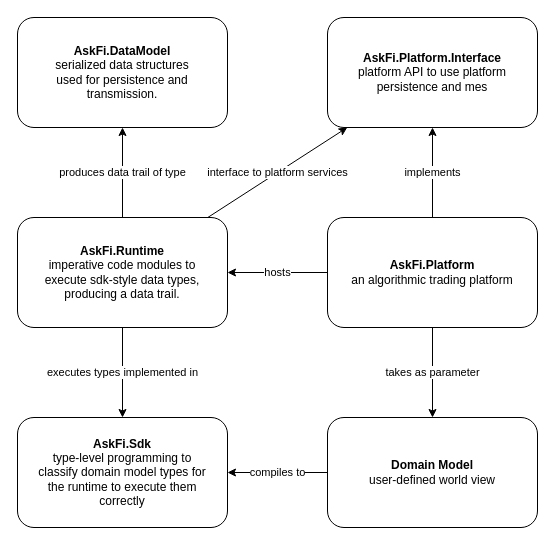
BrunoZell/ask.network keeps this draw.io diagram as repository.drawio. Above is the earlier version. Source tidied: cells renumbered, new cells numbered last; positions are measured from the earlier drawing's top-left corner, leaving out a move shared by most shapes. Both pictures are drawn from the tidied source at 100%, with x=0, y=0 at pixel (17, 17).
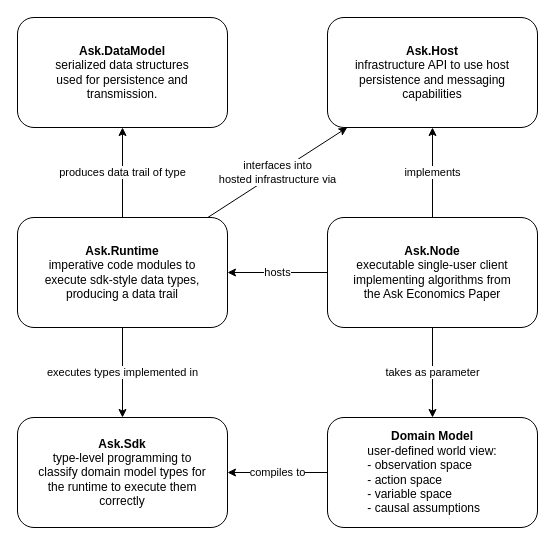
The same page after the edit.

Commit message:
update repository illustration

The edit, as a diff of the source:
```diff
@@
 <mxGraphModel>
   <root>
     <mxCell id="0" />
     <mxCell id="1" parent="0" />
     <mxCell id="2" value="executes types implemented in" style="edgeStyle=orthogonalEdgeStyle;rounded=0;jettySize=auto;html=1;entryX=0.5;entryY=0;entryDx=0;entryDy=0;" parent="1" edge="1" source="5" target="10">
       <mxGeometry relative="1" as="geometry" />
     </mxCell>
     <mxCell id="3" value="produces data trail of type" style="edgeStyle=orthogonalEdgeStyle;rounded=0;jettySize=auto;html=1;entryX=0.5;entryY=1;entryDx=0;entryDy=0;" parent="1" edge="1" source="5" target="13">
       <mxGeometry relative="1" as="geometry" />
     </mxCell>
-    <mxCell id="4" value="interface to platform services" style="rounded=0;jettySize=auto;html=1;" parent="1" edge="1" source="5" target="14">
+    <mxCell id="4" value="interfaces into&lt;br&gt;hosted infrastructure via" style="rounded=0;jettySize=auto;html=1;" parent="1" edge="1" source="5" target="14">
       <mxGeometry relative="1" as="geometry" />
     </mxCell>
-    <mxCell id="5" value="&lt;b&gt;AskFi.Runtime&lt;/b&gt;&lt;br&gt;imperative code modules to execute sdk-style data types, producing a data trail." style="rounded=1;whiteSpace=wrap;html=1;spacing=18;" parent="1" vertex="1">
+    <mxCell id="5" value="&lt;b&gt;Ask.Runtime&lt;/b&gt;&lt;br&gt;imperative code modules to execute sdk-style data types, producing a data trail" style="rounded=1;whiteSpace=wrap;html=1;spacing=18;" parent="1" vertex="1">
       <mxGeometry y="200" width="210" height="110" as="geometry" />
     </mxCell>
     <mxCell id="6" value="hosts" style="edgeStyle=orthogonalEdgeStyle;rounded=0;jettySize=auto;html=1;" parent="1" edge="1" source="9" target="5">
       <mxGeometry relative="1" as="geometry" />
     </mxCell>
     <mxCell id="7" value="takes as parameter" style="edgeStyle=orthogonalEdgeStyle;rounded=0;jettySize=auto;html=1;entryX=0.5;entryY=0;entryDx=0;entryDy=0;" parent="1" edge="1" source="9" target="12">
       <mxGeometry relative="1" as="geometry" />
     </mxCell>
     <mxCell id="8" value="implements" style="edgeStyle=orthogonalEdgeStyle;rounded=0;jettySize=auto;html=1;" parent="1" edge="1" source="9" target="14">
       <mxGeometry relative="1" as="geometry" />
     </mxCell>
-    <mxCell id="9" value="&lt;b&gt;AskFi.Platform&lt;/b&gt;&lt;br&gt;an algorithmic trading platform" style="rounded=1;whiteSpace=wrap;html=1;spacing=18;" parent="1" vertex="1">
+    <mxCell id="9" value="&lt;b&gt;Ask.Node&lt;/b&gt;&lt;br&gt;executable single-user client implementing algorithms from the Ask Economics Paper" style="rounded=1;whiteSpace=wrap;html=1;spacing=18;" parent="1" vertex="1">
       <mxGeometry x="310" y="200" width="210" height="110" as="geometry" />
     </mxCell>
-    <mxCell id="10" value="&lt;b&gt;AskFi.Sdk&lt;/b&gt;&lt;br&gt;type-level programming to classify domain model types for the runtime to execute them correctly" style="rounded=1;whiteSpace=wrap;html=1;spacing=18;" parent="1" vertex="1">
+    <mxCell id="10" value="&lt;b&gt;Ask.Sdk&lt;/b&gt;&lt;br&gt;type-level programming to classify domain model types for the runtime to execute them correctly" style="rounded=1;whiteSpace=wrap;html=1;spacing=18;" parent="1" vertex="1">
       <mxGeometry y="400" width="210" height="110" as="geometry" />
     </mxCell>
     <mxCell id="11" value="compiles to" style="edgeStyle=orthogonalEdgeStyle;rounded=0;jettySize=auto;html=1;entryX=1;entryY=0.5;entryDx=0;entryDy=0;" parent="1" edge="1" source="12" target="10">
       <mxGeometry relative="1" as="geometry" />
     </mxCell>
-    <mxCell id="12" value="&lt;b&gt;Domain Model&lt;/b&gt;&lt;br&gt;user-defined world view" style="rounded=1;whiteSpace=wrap;html=1;spacing=18;" parent="1" vertex="1">
+    <mxCell id="12" value="&lt;b&gt;Domain Model&lt;/b&gt;&lt;br&gt;user-defined world view:&lt;br&gt;&lt;div style=&quot;text-align: left&quot;&gt;&lt;span&gt;- observation space&lt;/span&gt;&lt;/div&gt;&lt;div style=&quot;text-align: left&quot;&gt;&lt;span&gt;- action space&lt;/span&gt;&lt;/div&gt;&lt;div style=&quot;text-align: left&quot;&gt;&lt;span&gt;- variable space&lt;/span&gt;&lt;/div&gt;&lt;div style=&quot;text-align: left&quot;&gt;&lt;span&gt;- causal assumptions&lt;/span&gt;&lt;/div&gt;" style="rounded=1;whiteSpace=wrap;html=1;spacing=18;" parent="1" vertex="1">
       <mxGeometry x="310" y="400" width="210" height="110" as="geometry" />
     </mxCell>
-    <mxCell id="13" value="&lt;b&gt;AskFi.DataModel&lt;/b&gt;&lt;br&gt;serialized data structures&lt;br&gt;used for persistence and transmission." style="rounded=1;whiteSpace=wrap;html=1;spacing=18;" parent="1" vertex="1">
+    <mxCell id="13" value="&lt;b&gt;Ask.DataModel&lt;/b&gt;&lt;br&gt;serialized data structures&lt;br&gt;used for persistence and transmission." style="rounded=1;whiteSpace=wrap;html=1;spacing=18;" parent="1" vertex="1">
       <mxGeometry width="210" height="110" as="geometry" />
     </mxCell>
-    <mxCell id="14" value="&lt;b&gt;AskFi.Platform.Interface&lt;/b&gt;&lt;br&gt;platform API to use platform persistence and mes" style="rounded=1;whiteSpace=wrap;html=1;spacing=18;" parent="1" vertex="1">
+    <mxCell id="14" value="&lt;b&gt;Ask.Host&lt;/b&gt;&lt;br&gt;infrastructure API to use host persistence and messaging capabilities" style="rounded=1;whiteSpace=wrap;html=1;spacing=18;" parent="1" vertex="1">
       <mxGeometry x="310" width="210" height="110" as="geometry" />
     </mxCell>
   </root>
 </mxGraphModel>
```
